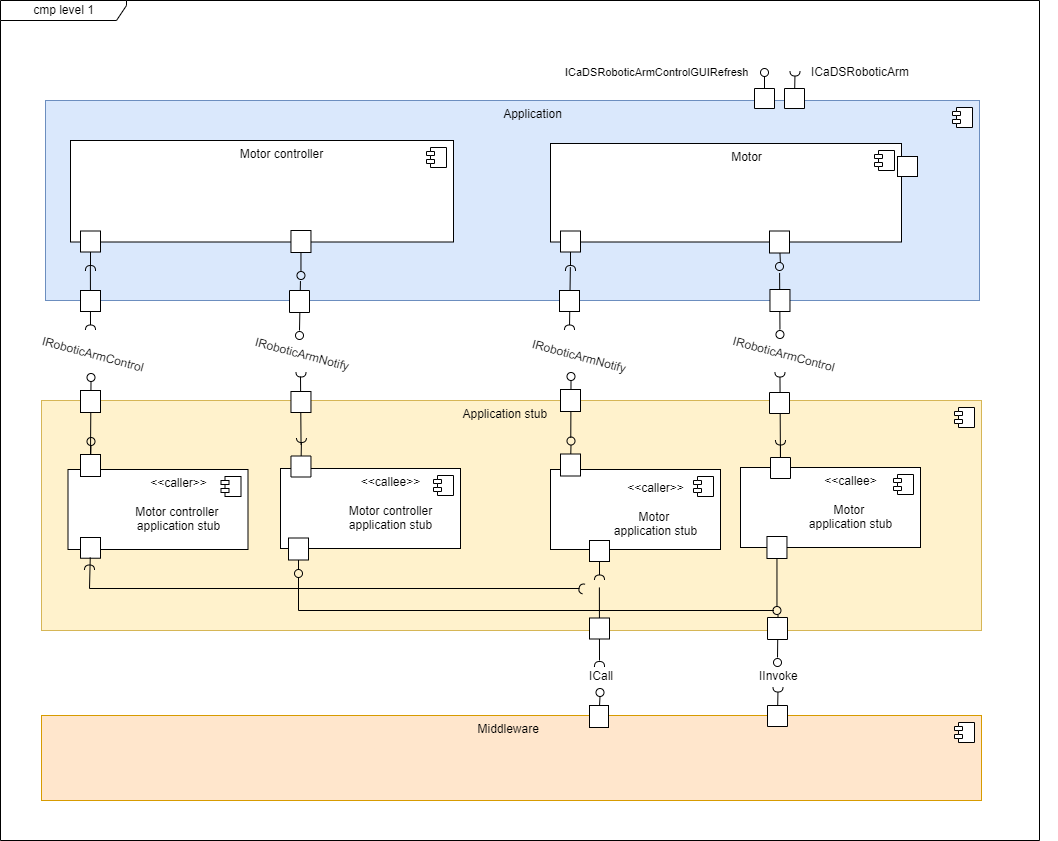
Above: diagrams/cmp_level1.png in hugoppp-uni/Distributed-Systems-ws21_22 (draw.io), before the change. Source tidied: cells renumbered, new cells last; positions are measured from the earlier drawing's top-left corner, leaving out a move shared by most shapes.
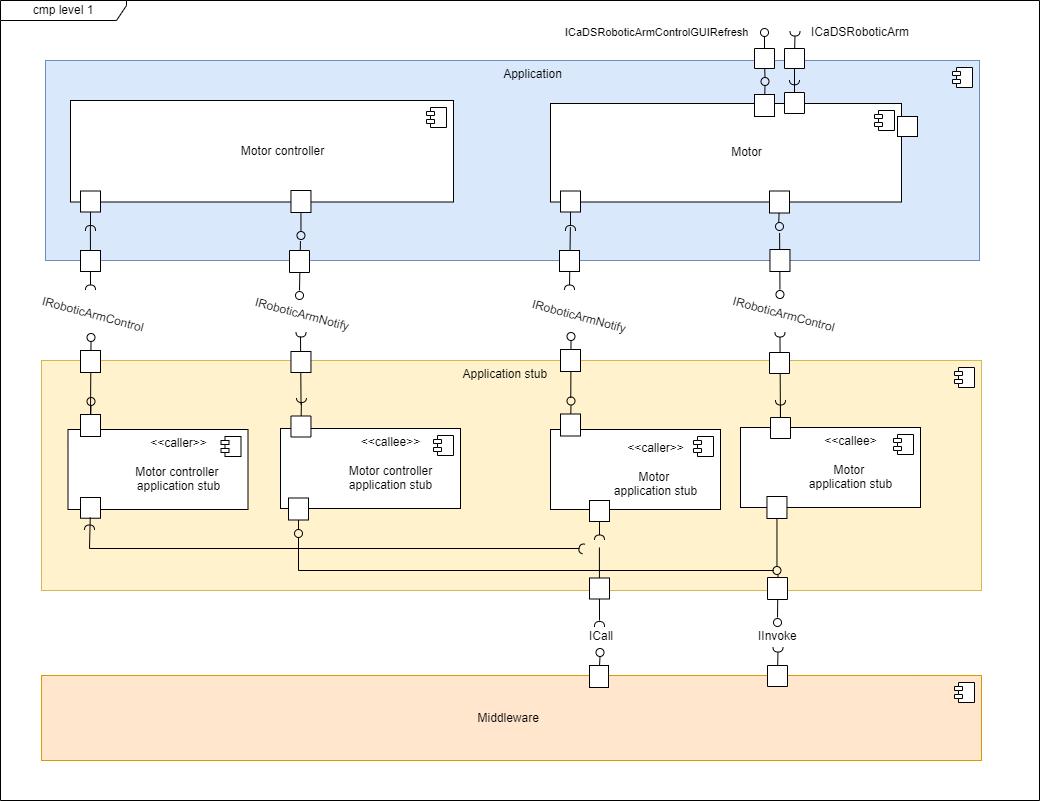
Above is the later version.

Commit message:
Fix missing port in cmp_level1

Change to the diagram source:
```diff
@@ -3,7 +3,7 @@
     <mxCell id="0" />
     <mxCell id="1" parent="0" />
     <mxCell id="2" value="cmp level 1" style="shape=umlFrame;whiteSpace=wrap;html=1;width=126;height=20;" parent="1" vertex="1">
-      <mxGeometry width="1039" height="840" as="geometry" />
+      <mxGeometry y="40" width="1039" height="800" as="geometry" />
     </mxCell>
     <mxCell id="3" value="IRoboticArmControl" style="text;whiteSpace=wrap;html=1;rotation=15;" parent="1" vertex="1">
       <mxGeometry x="730" y="335" width="70" height="30" as="geometry" />
@@ -24,7 +24,7 @@
         <mxPoint x="-27" y="7" as="offset" />
       </mxGeometry>
     </mxCell>
-    <mxCell id="8" value="&lt;blockquote style=&quot;margin: 0px 0px 0px 40px ; border: none ; padding: 0px&quot;&gt;Middleware&amp;nbsp; &amp;nbsp; &amp;nbsp; &amp;nbsp; &amp;nbsp; &amp;nbsp; &amp;nbsp;&amp;nbsp;&lt;/blockquote&gt;" style="html=1;align=center;verticalAlign=top;fillColor=#ffe6cc;strokeColor=#d79b00;" parent="1" vertex="1">
+    <mxCell id="8" value="&lt;blockquote style=&quot;margin: 0px 0px 0px 40px ; border: none ; padding: 0px&quot;&gt;Middleware&amp;nbsp; &amp;nbsp; &amp;nbsp; &amp;nbsp; &amp;nbsp; &amp;nbsp; &amp;nbsp;&amp;nbsp;&lt;/blockquote&gt;" style="html=1;align=center;verticalAlign=middle;fillColor=#ffe6cc;strokeColor=#d79b00;" parent="1" vertex="1">
       <mxGeometry x="41" y="715" width="940" height="85" as="geometry" />
     </mxCell>
     <mxCell id="9" style="shape=module;jettyWidth=8;jettyHeight=4;" parent="8" vertex="1">
@@ -40,7 +40,7 @@
         <mxPoint x="-27" y="7" as="offset" />
       </mxGeometry>
     </mxCell>
-    <mxCell id="12" value="&lt;blockquote style=&quot;margin: 0px 0px 0px 40px ; border: none ; padding: 0px&quot;&gt;Motor&lt;/blockquote&gt;" style="html=1;align=center;verticalAlign=top;" parent="1" vertex="1">
+    <mxCell id="12" value="&lt;blockquote style=&quot;margin: 0px 0px 0px 40px ; border: none ; padding: 0px&quot;&gt;Motor&lt;/blockquote&gt;" style="html=1;align=center;verticalAlign=middle;" parent="1" vertex="1">
       <mxGeometry x="550" y="143" width="351" height="98.5" as="geometry" />
     </mxCell>
     <mxCell id="13" style="shape=module;jettyWidth=8;jettyHeight=4;" parent="12" vertex="1">
@@ -56,7 +56,7 @@
         <mxPoint x="-27" y="7" as="offset" />
       </mxGeometry>
     </mxCell>
-    <mxCell id="16" value="&lt;blockquote style=&quot;margin: 0px 0px 0px 40px ; border: none ; padding: 0px&quot;&gt;Motor controller&lt;/blockquote&gt;" style="html=1;align=center;verticalAlign=top;" parent="1" vertex="1">
+    <mxCell id="16" value="&lt;blockquote style=&quot;margin: 0px 0px 0px 40px ; border: none ; padding: 0px&quot;&gt;Motor controller&lt;/blockquote&gt;" style="html=1;align=center;verticalAlign=middle;" parent="1" vertex="1">
       <mxGeometry x="70" y="140" width="383" height="101.5" as="geometry" />
     </mxCell>
     <mxCell id="17" style="shape=module;jettyWidth=8;jettyHeight=4;" parent="16" vertex="1">
@@ -466,5 +466,35 @@
     <mxCell id="139" value="&lt;span style=&quot;font-size: 11px; text-align: center; background-color: rgb(255, 255, 255);&quot;&gt;ICaDSRoboticArmControlGUIRefresh&lt;/span&gt;" style="text;whiteSpace=wrap;html=1;" parent="1" vertex="1">
       <mxGeometry x="563.5" y="58" width="120" height="30" as="geometry" />
     </mxCell>
+    <mxCell id="140" style="group;rotation=-180;" parent="1" vertex="1">
+      <mxGeometry x="785" y="113" width="20" height="39" as="geometry" />
+    </mxCell>
+    <mxCell id="141" style="group;rotation=-180;" parent="140" vertex="1">
+      <mxGeometry x="-1" y="-11" width="20" height="39.5" as="geometry" />
+    </mxCell>
+    <mxCell id="142" style="html=1;rounded=0;rotation=-180;" parent="141" vertex="1">
+      <mxGeometry y="30" width="20" height="21" as="geometry" />
+    </mxCell>
+    <mxCell id="143" style="shape=requiredInterface;html=1;fontSize=11;align=center;fillColor=none;verticalAlign=bottom;labelPosition=center;verticalLabelPosition=top;flipH=1;rotation=-90;" parent="141" vertex="1">
+      <mxGeometry x="7.5" y="14.8" width="5" height="10" as="geometry" />
+    </mxCell>
+    <mxCell id="144" style="endArrow=none;html=1;rounded=0;align=center;verticalAlign=top;endFill=0;labelBackgroundColor=none;endSize=2;" parent="1" edge="1" source="142" target="132">
+      <mxGeometry relative="1" as="geometry" />
+    </mxCell>
+    <mxCell id="145" style="group;" parent="1" vertex="1">
+      <mxGeometry x="754" y="117" width="20" height="39" as="geometry" />
+    </mxCell>
+    <mxCell id="146" style="ellipse;html=1;fontSize=11;align=center;fillColor=none;points=[];verticalAlign=bottom;labelPosition=center;verticalLabelPosition=top;flipH=1;" parent="145" vertex="1">
+      <mxGeometry x="6.5" width="8" height="8" as="geometry" />
+    </mxCell>
+    <mxCell id="147" style="edgeStyle=none;rounded=0;jettySize=auto;html=1;endArrow=none;endFill=0;elbow=vertical;" parent="145" edge="1" source="148" target="146">
+      <mxGeometry relative="1" as="geometry" />
+    </mxCell>
+    <mxCell id="148" style="fontStyle=0;labelPosition=right;verticalLabelPosition=middle;align=left;verticalAlign=middle;spacingLeft=2;" parent="145" vertex="1">
+      <mxGeometry y="17" width="20" height="22" as="geometry" />
+    </mxCell>
+    <mxCell id="149" style="rounded=0;jettySize=auto;elbow=vertical;html=1;endArrow=none;endFill=0;" parent="1" edge="1" source="146" target="135">
+      <mxGeometry relative="1" as="geometry" />
+    </mxCell>
   </root>
 </mxGraphModel>
```
